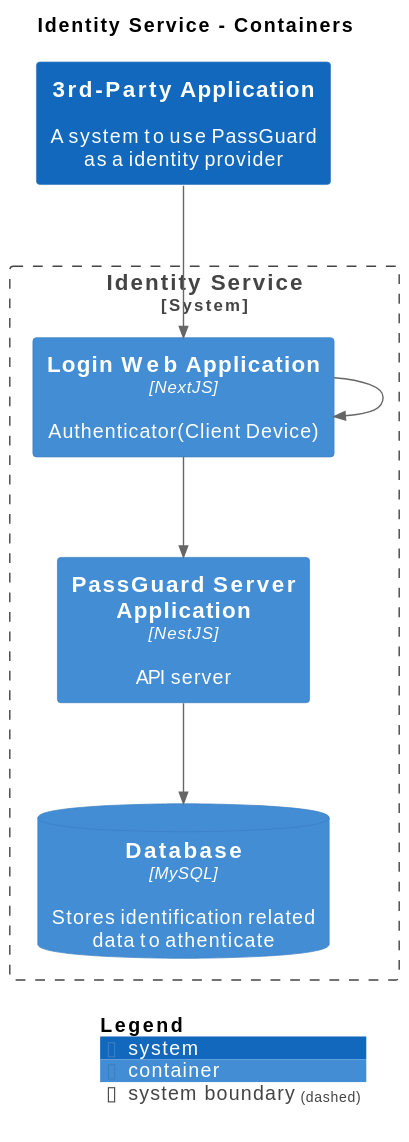
The PlantUML diagram master/svg/Containers.svg in IntellectusCorp/passguard-docs, before a commit. Its source is kept beside it as master/puml/Containers.puml.
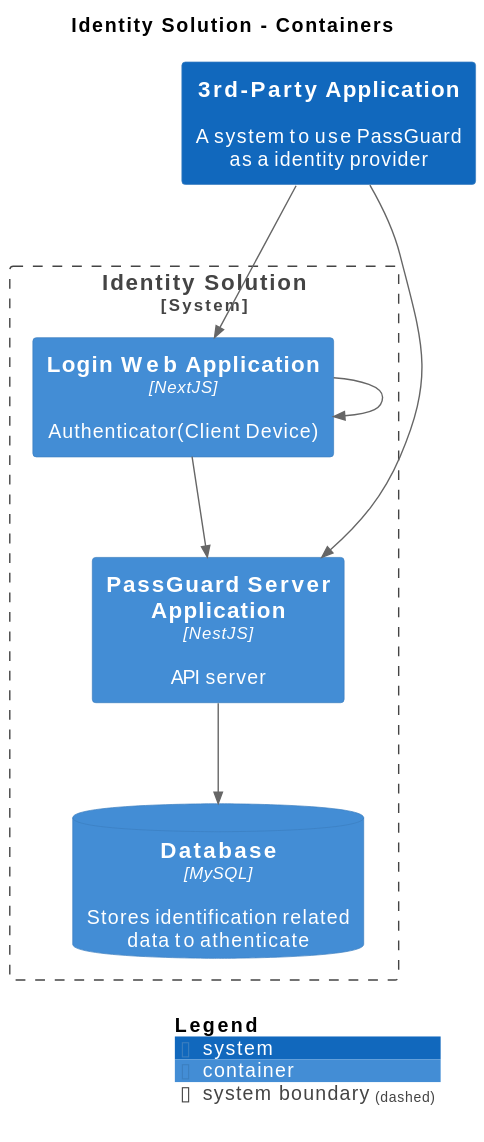
After the commit.

The edit, as a diff of the source:
```diff
@@ -1,6 +1,6 @@
 @startuml
 set separator none
-title Identity Service - Containers
+title Identity Solution - Containers
 
 top to bottom direction
 
@@ -10,16 +10,17 @@
 
 System(3rdPartyApplication, "3rd-Party Application", $descr="A system to use PassGuard as a identity provider", $tags="", $link="")
 
-System_Boundary("IdentityService_boundary", "Identity Service", $tags="") {
-  Container(IdentityService.LoginWebApplication, "Login Web Application", $techn="NextJS", $descr="Authenticator(Client Device)", $tags="", $link="")
-  Container(IdentityService.PassGuardServerApplication, "PassGuard Server Application", $techn="NestJS", $descr="API server", $tags="", $link="")
-  ContainerDb(IdentityService.Database, "Database", $techn="MySQL", $descr="Stores identification related data to athenticate", $tags="", $link="")
+System_Boundary("IdentitySolution_boundary", "Identity Solution", $tags="") {
+  Container(IdentitySolution.LoginWebApplication, "Login Web Application", $techn="NextJS", $descr="Authenticator(Client Device)", $tags="", $link="")
+  Container(IdentitySolution.PassGuardServerApplication, "PassGuard Server Application", $techn="NestJS", $descr="API server", $tags="", $link="")
+  ContainerDb(IdentitySolution.Database, "Database", $techn="MySQL", $descr="Stores identification related data to athenticate", $tags="", $link="")
 }
 
-Rel(3rdPartyApplication, IdentityService.LoginWebApplication, "", $techn="", $tags="", $link="")
-Rel(IdentityService.LoginWebApplication, IdentityService.PassGuardServerApplication, "", $techn="", $tags="", $link="")
-Rel(IdentityService.LoginWebApplication, IdentityService.LoginWebApplication, "", $techn="", $tags="", $link="")
-Rel(IdentityService.PassGuardServerApplication, IdentityService.Database, "", $techn="", $tags="", $link="")
+Rel(IdentitySolution.PassGuardServerApplication, IdentitySolution.Database, "", $techn="", $tags="", $link="")
+Rel(3rdPartyApplication, IdentitySolution.LoginWebApplication, "", $techn="", $tags="", $link="")
+Rel(IdentitySolution.LoginWebApplication, IdentitySolution.PassGuardServerApplication, "", $techn="", $tags="", $link="")
+Rel(IdentitySolution.LoginWebApplication, IdentitySolution.LoginWebApplication, "", $techn="", $tags="", $link="")
+Rel(3rdPartyApplication, IdentitySolution.PassGuardServerApplication, "", $techn="", $tags="", $link="")
 
 SHOW_LEGEND(true)
 @enduml
```
